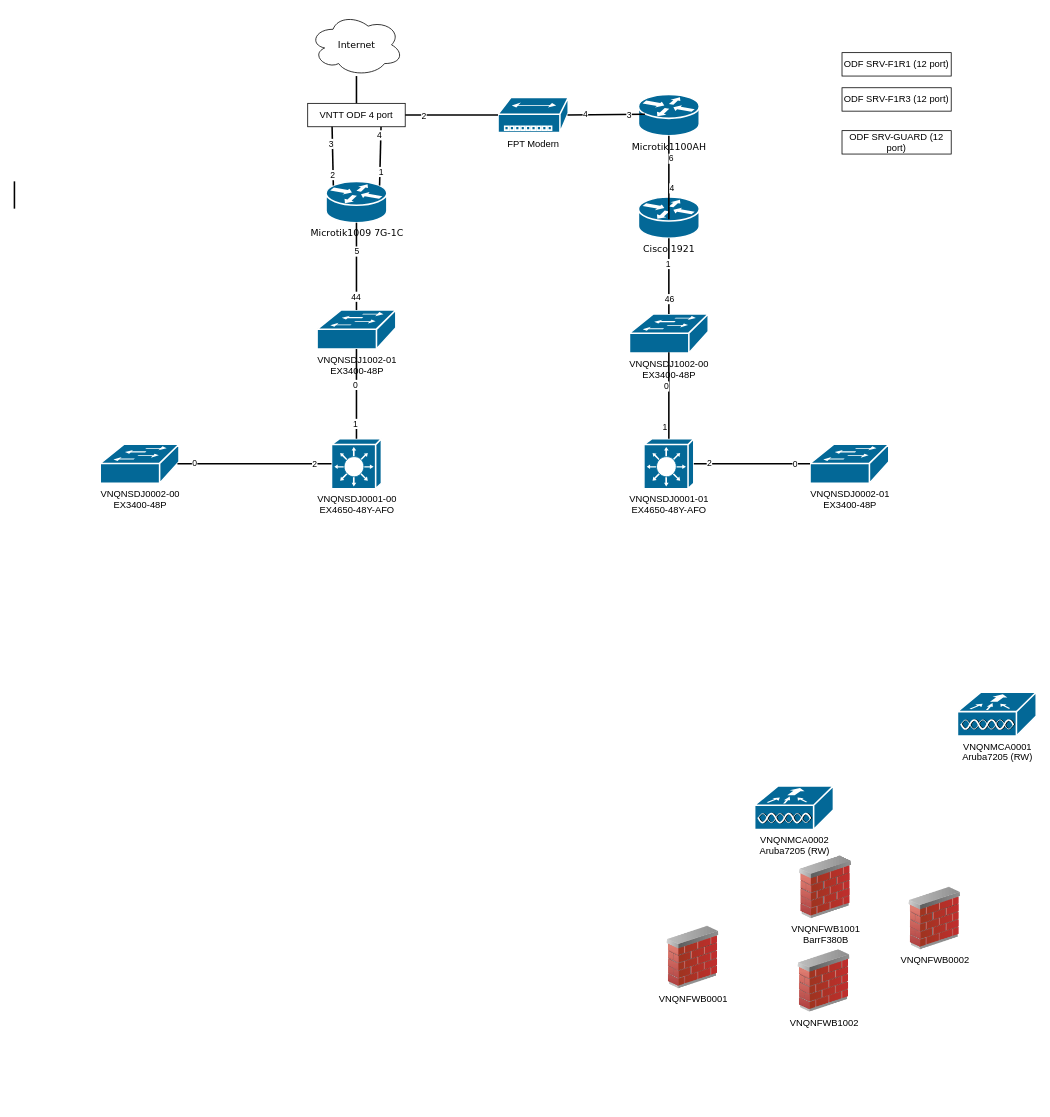
Above: page "Server room" (1 of 2) of Untitled Diagram.drawio in zalai/demo (draw.io), before the change. Source tidied: cells renumbered, new cells numbered last; positions are measured from the earlier drawing's top-left corner, leaving out a move shared by most shapes. Both pictures are drawn from the tidied source at 78%, with x=0, y=0 at pixel (14, 13).
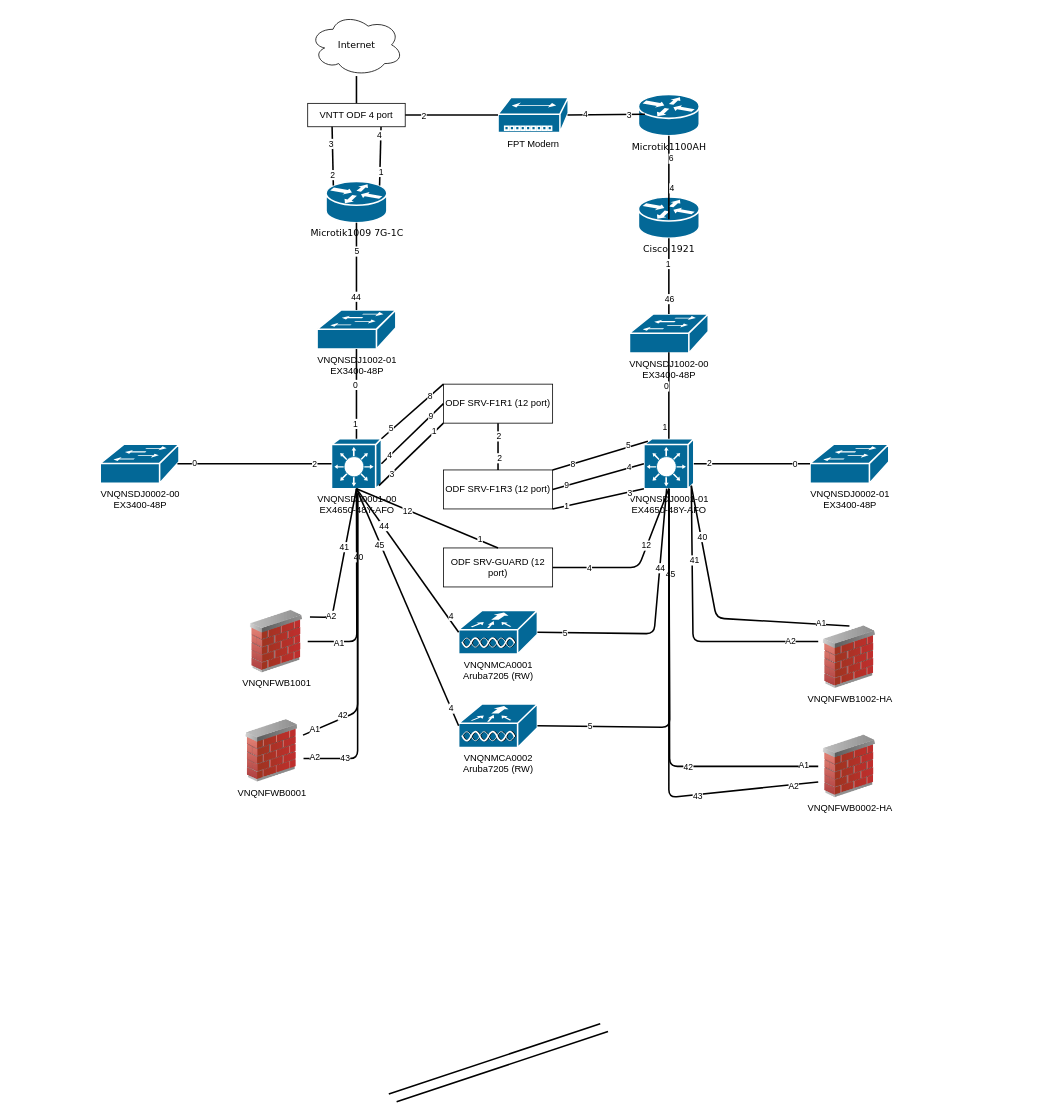
Above is the later version.

The change refers to these unchanged cells:
```xml
<mxCell id="9" value="VNQNSDJ0001-00&lt;br&gt;EX4650-48Y-AFO" style="shape=mxgraph.cisco.switches.layer_3_switch;sketch=0;html=1;dashed=0;fillColor=#036897;strokeColor=#ffffff;strokeWidth=2;verticalLabelPosition=bottom;verticalAlign=top;align=center;outlineConnect=0;" parent="1" vertex="1">
  <mxGeometry x="406.5" y="545" width="64" height="64" as="geometry" />
</mxCell>
<mxCell id="19" value="VNQNSDJ0001-01&lt;br&gt;EX4650-48Y-AFO" style="shape=mxgraph.cisco.switches.layer_3_switch;sketch=0;html=1;dashed=0;fillColor=#036897;strokeColor=#ffffff;strokeWidth=2;verticalLabelPosition=bottom;verticalAlign=top;align=center;outlineConnect=0;" parent="1" vertex="1">
  <mxGeometry x="807" y="545" width="64" height="64" as="geometry" />
</mxCell>
```

What changed in the source:
```diff
@@
-    <mxCell id="6" style="image;html=1;image=img/lib/clip_art/networking/Firewall_02_128x128.png;" parent="1" vertex="1">
-      <mxGeometry x="1000" y="1080" width="80" height="80" as="geometry" />
-    </mxCell>
-    <mxCell id="7" value="VNQNFWB1001&lt;br&gt;BarrF380B" style="image;html=1;image=img/lib/clip_art/networking/Firewall_02_128x128.png;" parent="1" vertex="1">
-      <mxGeometry x="1000" y="1080" width="80" height="80" as="geometry" />
+    <mxCell id="7" value="VNQNFWB1002-HA" style="image;html=1;image=img/lib/clip_art/networking/Firewall_02_128x128.png;" parent="1" vertex="1">
+      <mxGeometry x="1030.5" y="785" width="80" height="80" as="geometry" />
     </mxCell>
@@
     <mxCell id="11" value="VNQNMCA0001&lt;br&gt;Aruba7205 (RW)" style="shape=mxgraph.cisco.wireless.wlan_controller;sketch=0;html=1;dashed=0;fillColor=#036897;strokeColor=#ffffff;strokeWidth=2;verticalLabelPosition=bottom;verticalAlign=top;align=center;outlineConnect=0;" parent="1" vertex="1">
-      <mxGeometry x="1209" y="870" width="101" height="56" as="geometry" />
+      <mxGeometry x="569.5" y="765" width="101" height="56" as="geometry" />
     </mxCell>
@@
-    <mxCell id="16" value="VNQNFWB1002" style="image;html=1;image=img/lib/clip_art/networking/Firewall_02_128x128.png;" parent="1" vertex="1">
-      <mxGeometry x="998" y="1200" width="80" height="80" as="geometry" />
+    <mxCell id="16" value="VNQNFWB0001" style="image;html=1;image=img/lib/clip_art/networking/Firewall_02_128x128.png;" parent="1" vertex="1">
+      <mxGeometry x="290" y="905" width="80" height="80" as="geometry" />
     </mxCell>
-    <mxCell id="17" value="VNQNFWB0002" style="image;html=1;image=img/lib/clip_art/networking/Firewall_02_128x128.png;" parent="1" vertex="1">
-      <mxGeometry x="1140" y="1120" width="80" height="80" as="geometry" />
+    <mxCell id="17" value="VNQNFWB0002-HA" style="image;html=1;image=img/lib/clip_art/networking/Firewall_02_128x128.png;" parent="1" vertex="1">
+      <mxGeometry x="1030.5" y="925" width="80" height="80" as="geometry" />
     </mxCell>
-    <mxCell id="18" value="VNQNFWB0001" style="image;html=1;image=img/lib/clip_art/networking/Firewall_02_128x128.png;" parent="1" vertex="1">
-      <mxGeometry x="830" y="1170" width="80" height="80" as="geometry" />
+    <mxCell id="18" value="VNQNFWB1001" style="image;html=1;image=img/lib/clip_art/networking/Firewall_02_128x128.png;" parent="1" vertex="1">
+      <mxGeometry x="296" y="765" width="80" height="80" as="geometry" />
     </mxCell>
@@
     <mxCell id="23" value="VNQNMCA0002&lt;br&gt;Aruba7205 (RW)" style="shape=mxgraph.cisco.wireless.wlan_controller;sketch=0;html=1;dashed=0;fillColor=#036897;strokeColor=#ffffff;strokeWidth=2;verticalLabelPosition=bottom;verticalAlign=top;align=center;outlineConnect=0;" parent="1" vertex="1">
-      <mxGeometry x="949" y="990" width="101" height="56" as="geometry" />
+      <mxGeometry x="569.5" y="885" width="101" height="56" as="geometry" />
     </mxCell>
     <mxCell id="24" value="ODF SRV-F1R1 (12 port)" style="rounded=0;whiteSpace=wrap;html=1;" parent="1" vertex="1">
-      <mxGeometry x="1061" y="50" width="140" height="30" as="geometry" />
+      <mxGeometry x="550" y="475" width="140" height="50" as="geometry" />
     </mxCell>
     <mxCell id="25" value="ODF SRV-F1R3 (12 port)" style="rounded=0;whiteSpace=wrap;html=1;" parent="1" vertex="1">
-      <mxGeometry x="1061" y="95" width="140" height="30" as="geometry" />
+      <mxGeometry x="550" y="585" width="140" height="50" as="geometry" />
     </mxCell>
     <mxCell id="26" value="ODF SRV-GUARD (12 port)" style="rounded=0;whiteSpace=wrap;html=1;" parent="1" vertex="1">
-      <mxGeometry x="1061" y="150" width="140" height="30" as="geometry" />
+      <mxGeometry x="550" y="685" width="140" height="50" as="geometry" />
     </mxCell>
@@
-    <mxCell id="51" style="edgeStyle=none;html=1;labelBackgroundColor=none;startFill=0;endArrow=none;endFill=0;strokeWidth=2;fontFamily=Verdana;fontSize=12;exitX=0.5;exitY=0;exitDx=0;exitDy=0;" parent="1" edge="1">
+    <mxCell id="51" style="edgeStyle=none;html=1;labelBackgroundColor=none;startFill=0;endArrow=none;endFill=0;strokeWidth=2;fontFamily=Verdana;fontSize=12;exitX=0.5;exitY=1;exitDx=0;exitDy=0;entryX=1.036;entryY=0.108;entryDx=0;entryDy=0;exitPerimeter=0;entryPerimeter=0;" parent="1" edge="1" source="9" target="18">
       <mxGeometry relative="1" as="geometry">
-        <mxPoint y="250" as="sourcePoint" />
-        <mxPoint y="215" as="targetPoint" />
+        <Array as="points">
+          <mxPoint x="407" y="774" />
+        </Array>
       </mxGeometry>
     </mxCell>
+    <mxCell id="58" value="A2" style="edgeLabel;html=1;align=center;verticalAlign=middle;" parent="51" vertex="1">
+      <mxGeometry x="0.69" y="-1" relative="1" as="geometry">
+        <mxPoint x="-1" as="offset" />
+      </mxGeometry>
+    </mxCell>
+    <mxCell id="59" value="41" style="edgeLabel;html=1;align=center;verticalAlign=middle;" parent="51" vertex="1">
+      <mxGeometry x="-0.21" y="-2" relative="1" as="geometry">
+        <mxPoint y="-1" as="offset" />
+      </mxGeometry>
+    </mxCell>
@@
+    <mxCell id="60" style="edgeStyle=none;html=1;labelBackgroundColor=none;startFill=0;endArrow=none;endFill=0;strokeWidth=2;fontFamily=Verdana;fontSize=12;exitX=0.5;exitY=0;exitDx=0;exitDy=0;entryX=0.5;entryY=1;entryDx=0;entryDy=0;" parent="1" edge="1" source="25" target="24">
+      <mxGeometry relative="1" as="geometry" />
+    </mxCell>
+    <mxCell id="61" value="2" style="edgeLabel;html=1;align=center;verticalAlign=middle;" parent="60" vertex="1">
+      <mxGeometry x="0.48" relative="1" as="geometry" />
+    </mxCell>
+    <mxCell id="62" value="2" style="edgeLabel;html=1;align=center;verticalAlign=middle;" parent="60" vertex="1">
+      <mxGeometry x="-0.46" y="-1" relative="1" as="geometry" />
+    </mxCell>
+    <mxCell id="63" style="edgeStyle=none;html=1;labelBackgroundColor=none;startFill=0;endArrow=none;endFill=0;strokeWidth=2;fontFamily=Verdana;fontSize=12;exitX=0;exitY=1;exitDx=0;exitDy=0;entryX=0.95;entryY=0.94;entryDx=0;entryDy=0;entryPerimeter=0;" parent="1" edge="1" source="24" target="9">
+      <mxGeometry relative="1" as="geometry" />
+    </mxCell>
+    <mxCell id="64" value="3" style="edgeLabel;html=1;align=center;verticalAlign=middle;" parent="63" vertex="1">
+      <mxGeometry x="0.62" y="1" relative="1" as="geometry" />
+    </mxCell>
+    <mxCell id="65" value="1" style="edgeLabel;html=1;align=center;verticalAlign=middle;" parent="63" vertex="1">
+      <mxGeometry x="-0.72" y="-1" relative="1" as="geometry" />
+    </mxCell>
+    <mxCell id="66" style="edgeStyle=none;html=1;labelBackgroundColor=none;startFill=0;endArrow=none;endFill=0;strokeWidth=2;fontFamily=Verdana;fontSize=12;exitX=0;exitY=0;exitDx=0;exitDy=0;entryX=1;entryY=0;entryDx=0;entryDy=0;entryPerimeter=0;" parent="1" edge="1" source="24" target="9">
+      <mxGeometry relative="1" as="geometry" />
+    </mxCell>
+    <mxCell id="67" value="5" style="edgeLabel;html=1;align=center;verticalAlign=middle;" parent="66" vertex="1">
+      <mxGeometry x="0.65" y="-3" relative="1" as="geometry" />
+    </mxCell>
+    <mxCell id="68" value="8" style="edgeLabel;html=1;align=center;verticalAlign=middle;" parent="66" vertex="1">
+      <mxGeometry x="-0.57" y="-1" relative="1" as="geometry" />
+    </mxCell>
+    <mxCell id="69" style="edgeStyle=none;html=1;labelBackgroundColor=none;startFill=0;endArrow=none;endFill=0;strokeWidth=2;fontFamily=Verdana;fontSize=12;exitX=1;exitY=0.5;exitDx=0;exitDy=0;exitPerimeter=0;entryX=0;entryY=0.5;entryDx=0;entryDy=0;" parent="1" edge="1" source="9" target="24">
+      <mxGeometry relative="1" as="geometry" />
+    </mxCell>
+    <mxCell id="70" value="4" style="edgeLabel;html=1;align=center;verticalAlign=middle;" parent="69" vertex="1">
+      <mxGeometry x="-0.73" y="1" relative="1" as="geometry" />
+    </mxCell>
+    <mxCell id="71" value="9" style="edgeLabel;html=1;align=center;verticalAlign=middle;" parent="69" vertex="1">
+      <mxGeometry x="0.59" relative="1" as="geometry" />
+    </mxCell>
+    <mxCell id="72" style="edgeStyle=none;html=1;labelBackgroundColor=none;startFill=0;endArrow=none;endFill=0;strokeWidth=2;fontFamily=Verdana;fontSize=12;exitX=1;exitY=1;exitDx=0;exitDy=0;entryX=0;entryY=1;entryDx=0;entryDy=0;entryPerimeter=0;" parent="1" edge="1" source="25" target="19">
+      <mxGeometry relative="1" as="geometry" />
+    </mxCell>
+    <mxCell id="73" value="3" style="edgeLabel;html=1;align=center;verticalAlign=middle;" parent="72" vertex="1">
+      <mxGeometry x="0.69" y="-1" relative="1" as="geometry" />
+    </mxCell>
+    <mxCell id="74" value="1" style="edgeLabel;html=1;align=center;verticalAlign=middle;" parent="72" vertex="1">
+      <mxGeometry x="-0.7" relative="1" as="geometry">
+        <mxPoint y="-1" as="offset" />
+      </mxGeometry>
+    </mxCell>
+    <mxCell id="75" style="edgeStyle=none;html=1;labelBackgroundColor=none;startFill=0;endArrow=none;endFill=0;strokeWidth=2;fontFamily=Verdana;fontSize=12;exitX=1;exitY=0.5;exitDx=0;exitDy=0;entryX=0;entryY=0.5;entryDx=0;entryDy=0;entryPerimeter=0;" parent="1" edge="1" source="25" target="19">
+      <mxGeometry relative="1" as="geometry" />
+    </mxCell>
+    <mxCell id="76" value="4" style="edgeLabel;html=1;align=center;verticalAlign=middle;" parent="75" vertex="1">
+      <mxGeometry x="0.67" y="2" relative="1" as="geometry" />
+    </mxCell>
+    <mxCell id="77" value="9" style="edgeLabel;html=1;align=center;verticalAlign=middle;" parent="75" vertex="1">
+      <mxGeometry x="-0.71" y="1" relative="1" as="geometry" />
+    </mxCell>
+    <mxCell id="78" style="edgeStyle=none;html=1;labelBackgroundColor=none;startFill=0;endArrow=none;endFill=0;strokeWidth=2;fontFamily=Verdana;fontSize=12;exitX=1;exitY=0;exitDx=0;exitDy=0;entryX=0.08;entryY=0.05;entryDx=0;entryDy=0;entryPerimeter=0;" parent="1" edge="1" source="25" target="19">
+      <mxGeometry relative="1" as="geometry" />
+    </mxCell>
+    <mxCell id="79" value="5" style="edgeLabel;html=1;align=center;verticalAlign=middle;" parent="78" vertex="1">
+      <mxGeometry x="0.59" y="2" relative="1" as="geometry" />
+    </mxCell>
+    <mxCell id="80" value="8" style="edgeLabel;html=1;align=center;verticalAlign=middle;" parent="78" vertex="1">
+      <mxGeometry x="-0.59" relative="1" as="geometry">
+        <mxPoint x="1" as="offset" />
+      </mxGeometry>
+    </mxCell>
+    <mxCell id="81" style="edgeStyle=none;html=1;labelBackgroundColor=none;startFill=0;endArrow=none;endFill=0;strokeWidth=2;fontFamily=Verdana;fontSize=12;exitX=1;exitY=0.5;exitDx=0;exitDy=0;exitPerimeter=0;" parent="1" edge="1" source="11" target="19">
+      <mxGeometry relative="1" as="geometry">
+        <Array as="points">
+          <mxPoint x="820" y="795" />
+        </Array>
+      </mxGeometry>
+    </mxCell>
+    <mxCell id="82" value="44" style="edgeLabel;html=1;align=center;verticalAlign=middle;" parent="81" vertex="1">
+      <mxGeometry x="0.39" relative="1" as="geometry" />
+    </mxCell>
+    <mxCell id="83" value="5" style="edgeLabel;html=1;align=center;verticalAlign=middle;" parent="81" vertex="1">
+      <mxGeometry x="-0.79" relative="1" as="geometry" />
+    </mxCell>
+    <mxCell id="84" style="edgeStyle=none;html=1;labelBackgroundColor=none;startFill=0;endArrow=none;endFill=0;strokeWidth=2;fontFamily=Verdana;fontSize=12;exitX=0;exitY=0.5;exitDx=0;exitDy=0;exitPerimeter=0;entryX=0.5;entryY=1;entryDx=0;entryDy=0;entryPerimeter=0;" parent="1" edge="1" source="11" target="9">
+      <mxGeometry relative="1" as="geometry" />
+    </mxCell>
+    <mxCell id="85" value="44" style="edgeLabel;html=1;align=center;verticalAlign=middle;" parent="84" vertex="1">
+      <mxGeometry x="0.48" y="-1" relative="1" as="geometry" />
+    </mxCell>
+    <mxCell id="86" value="4" style="edgeLabel;html=1;align=center;verticalAlign=middle;" parent="84" vertex="1">
+      <mxGeometry x="-0.8" y="-4" relative="1" as="geometry" />
+    </mxCell>
+    <mxCell id="87" style="edgeStyle=none;html=1;labelBackgroundColor=none;startFill=0;endArrow=none;endFill=0;strokeWidth=2;fontFamily=Verdana;fontSize=12;exitX=1;exitY=0.5;exitDx=0;exitDy=0;entryX=0.5;entryY=1;entryDx=0;entryDy=0;entryPerimeter=0;" parent="1" edge="1" source="26" target="19">
+      <mxGeometry relative="1" as="geometry">
+        <Array as="points">
+          <mxPoint x="800" y="710" />
+        </Array>
+      </mxGeometry>
+    </mxCell>
+    <mxCell id="88" value="12" style="edgeLabel;html=1;align=center;verticalAlign=middle;" parent="87" vertex="1">
+      <mxGeometry x="0.28" y="1" relative="1" as="geometry" />
+    </mxCell>
+    <mxCell id="89" value="4" style="edgeLabel;html=1;align=center;verticalAlign=middle;" parent="87" vertex="1">
+      <mxGeometry x="-0.58" relative="1" as="geometry" />
+    </mxCell>
+    <mxCell id="90" style="edgeStyle=none;html=1;labelBackgroundColor=none;startFill=0;endArrow=none;endFill=0;strokeWidth=2;fontFamily=Verdana;fontSize=12;exitX=0.5;exitY=0;exitDx=0;exitDy=0;entryX=0.5;entryY=1;entryDx=0;entryDy=0;entryPerimeter=0;" parent="1" edge="1" source="26" target="9">
+      <mxGeometry relative="1" as="geometry" />
+    </mxCell>
+    <mxCell id="91" value="12" style="edgeLabel;html=1;align=center;verticalAlign=middle;" parent="90" vertex="1">
+      <mxGeometry x="0.28" y="1" relative="1" as="geometry" />
+    </mxCell>
+    <mxCell id="92" value="1" style="edgeLabel;html=1;align=center;verticalAlign=middle;" parent="90" vertex="1">
+      <mxGeometry x="-0.74" y="-2" relative="1" as="geometry" />
+    </mxCell>
+    <mxCell id="93" style="edgeStyle=none;html=1;labelBackgroundColor=none;startFill=0;endArrow=none;endFill=0;strokeWidth=2;fontFamily=Verdana;fontSize=12;exitX=0.5;exitY=0;exitDx=0;exitDy=0;entryX=0.95;entryY=0.94;entryDx=0;entryDy=0;entryPerimeter=0;" parent="1" edge="1" source="7" target="19">
+      <mxGeometry relative="1" as="geometry">
+        <Array as="points">
+          <mxPoint x="900" y="775" />
+        </Array>
+      </mxGeometry>
+    </mxCell>
+    <mxCell id="94" value="40" style="edgeLabel;html=1;align=center;verticalAlign=middle;" parent="93" vertex="1">
+      <mxGeometry x="0.61" y="-1" relative="1" as="geometry" />
+    </mxCell>
+    <mxCell id="95" value="A1" style="edgeLabel;html=1;align=center;verticalAlign=middle;" parent="93" vertex="1">
+      <mxGeometry x="-0.78" y="-2" relative="1" as="geometry">
+        <mxPoint x="1" as="offset" />
+      </mxGeometry>
+    </mxCell>
+    <mxCell id="96" style="edgeStyle=none;html=1;labelBackgroundColor=none;startFill=0;endArrow=none;endFill=0;strokeWidth=2;fontFamily=Verdana;fontSize=12;exitX=1;exitY=0.5;exitDx=0;exitDy=0;entryX=0.5;entryY=1;entryDx=0;entryDy=0;entryPerimeter=0;exitPerimeter=0;" parent="1" edge="1" source="23" target="19">
+      <mxGeometry relative="1" as="geometry">
+        <Array as="points">
+          <mxPoint x="840" y="915" />
+        </Array>
+      </mxGeometry>
+    </mxCell>
+    <mxCell id="97" value="45" style="edgeLabel;html=1;align=center;verticalAlign=middle;" parent="96" vertex="1">
+      <mxGeometry x="0.54" y="-1" relative="1" as="geometry" />
+    </mxCell>
+    <mxCell id="98" value="5" style="edgeLabel;html=1;align=center;verticalAlign=middle;" parent="96" vertex="1">
+      <mxGeometry x="-0.72" relative="1" as="geometry" />
+    </mxCell>
+    <mxCell id="99" style="edgeStyle=none;html=1;labelBackgroundColor=none;startFill=0;endArrow=none;endFill=0;strokeWidth=2;fontFamily=Verdana;fontSize=12;entryX=0.5;entryY=1;entryDx=0;entryDy=0;entryPerimeter=0;exitX=0;exitY=0.5;exitDx=0;exitDy=0;exitPerimeter=0;" parent="1" edge="1" source="23" target="9">
+      <mxGeometry relative="1" as="geometry" />
+    </mxCell>
+    <mxCell id="100" value="45" style="edgeLabel;html=1;align=center;verticalAlign=middle;" parent="99" vertex="1">
+      <mxGeometry x="0.52" y="1" relative="1" as="geometry">
+        <mxPoint x="-1" as="offset" />
+      </mxGeometry>
+    </mxCell>
+    <mxCell id="101" value="4" style="edgeLabel;html=1;align=center;verticalAlign=middle;" parent="99" vertex="1">
+      <mxGeometry x="-0.85" relative="1" as="geometry" />
+    </mxCell>
+    <mxCell id="102" style="edgeStyle=none;html=1;labelBackgroundColor=none;startFill=0;endArrow=none;endFill=0;strokeWidth=2;fontFamily=Verdana;fontSize=12;entryX=0.5;entryY=1;entryDx=0;entryDy=0;entryPerimeter=0;" parent="1" edge="1" source="18" target="9">
+      <mxGeometry relative="1" as="geometry">
+        <Array as="points">
+          <mxPoint x="439" y="805" />
+        </Array>
+      </mxGeometry>
+    </mxCell>
+    <mxCell id="103" value="A1" style="edgeLabel;html=1;align=center;verticalAlign=middle;" parent="102" vertex="1">
+      <mxGeometry x="-0.7" y="-1" relative="1" as="geometry" />
+    </mxCell>
+    <mxCell id="104" value="40" style="edgeLabel;html=1;align=center;verticalAlign=middle;" parent="102" vertex="1">
+      <mxGeometry x="0.32" y="-2" relative="1" as="geometry" />
+    </mxCell>
+    <mxCell id="105" style="edgeStyle=none;html=1;labelBackgroundColor=none;startFill=0;endArrow=none;endFill=0;strokeWidth=2;fontFamily=Verdana;fontSize=12;exitX=0;exitY=0.25;exitDx=0;exitDy=0;entryX=0.95;entryY=0.94;entryDx=0;entryDy=0;entryPerimeter=0;" parent="1" edge="1" source="7" target="19">
+      <mxGeometry relative="1" as="geometry">
+        <Array as="points">
+          <mxPoint x="870" y="805" />
+        </Array>
+      </mxGeometry>
+    </mxCell>
+    <mxCell id="106" value="41" style="edgeLabel;html=1;align=center;verticalAlign=middle;" parent="105" vertex="1">
+      <mxGeometry x="0.47" y="-2" relative="1" as="geometry">
+        <mxPoint x="1" as="offset" />
+      </mxGeometry>
+    </mxCell>
+    <mxCell id="107" value="A2" style="edgeLabel;html=1;align=center;verticalAlign=middle;" parent="105" vertex="1">
+      <mxGeometry x="-0.8" y="-1" relative="1" as="geometry" />
+    </mxCell>
+    <mxCell id="108" style="edgeStyle=none;html=1;labelBackgroundColor=none;startFill=0;endArrow=none;endFill=0;strokeWidth=2;fontFamily=Verdana;fontSize=12;exitX=1;exitY=0.25;exitDx=0;exitDy=0;" parent="1" edge="1" source="16">
+      <mxGeometry relative="1" as="geometry">
+        <mxPoint x="440" y="615" as="targetPoint" />
+        <Array as="points">
+          <mxPoint x="440" y="895" />
+        </Array>
+      </mxGeometry>
+    </mxCell>
+    <mxCell id="109" value="42" style="edgeLabel;html=1;align=center;verticalAlign=middle;" parent="108" vertex="1">
+      <mxGeometry x="-0.68" y="3" relative="1" as="geometry">
+        <mxPoint x="-1" as="offset" />
+      </mxGeometry>
+    </mxCell>
+    <mxCell id="110" value="A1" style="edgeLabel;html=1;align=center;verticalAlign=middle;" parent="108" vertex="1">
+      <mxGeometry x="-0.9" y="2" relative="1" as="geometry">
+        <mxPoint x="-1" as="offset" />
+      </mxGeometry>
+    </mxCell>
+    <mxCell id="111" style="edgeStyle=none;html=1;labelBackgroundColor=none;startFill=0;endArrow=none;endFill=0;strokeWidth=2;fontFamily=Verdana;fontSize=12;exitX=0;exitY=0.5;exitDx=0;exitDy=0;entryX=0.5;entryY=1;entryDx=0;entryDy=0;entryPerimeter=0;" parent="1" edge="1" source="17" target="19">
+      <mxGeometry relative="1" as="geometry">
+        <Array as="points">
+          <mxPoint x="840" y="965" />
+        </Array>
+      </mxGeometry>
+    </mxCell>
+    <mxCell id="112" value="42" style="edgeLabel;html=1;align=center;verticalAlign=middle;" parent="111" vertex="1">
+      <mxGeometry x="-0.39" relative="1" as="geometry" />
+    </mxCell>
+    <mxCell id="113" value="A1" style="edgeLabel;html=1;align=center;verticalAlign=middle;" parent="111" vertex="1">
+      <mxGeometry x="-0.93" y="-2" relative="1" as="geometry" />
+    </mxCell>
+    <mxCell id="114" style="edgeStyle=none;html=1;labelBackgroundColor=none;startFill=0;endArrow=none;endFill=0;strokeWidth=2;fontFamily=Verdana;fontSize=12;exitX=0;exitY=0.75;exitDx=0;exitDy=0;entryX=0.5;entryY=1;entryDx=0;entryDy=0;entryPerimeter=0;" parent="1" edge="1" source="17" target="19">
+      <mxGeometry relative="1" as="geometry">
+        <Array as="points">
+          <mxPoint x="839" y="1005" />
+        </Array>
+      </mxGeometry>
+    </mxCell>
+    <mxCell id="115" value="43" style="edgeLabel;html=1;align=center;verticalAlign=middle;" parent="114" vertex="1">
+      <mxGeometry x="-0.47" y="1" relative="1" as="geometry" />
+    </mxCell>
+    <mxCell id="116" value="A2" style="edgeLabel;html=1;align=center;verticalAlign=middle;" parent="114" vertex="1">
+      <mxGeometry x="-0.89" y="1" relative="1" as="geometry" />
+    </mxCell>
+    <mxCell id="117" style="edgeStyle=none;html=1;labelBackgroundColor=none;startFill=0;endArrow=none;endFill=0;strokeWidth=2;fontFamily=Verdana;fontSize=12;exitX=0.5;exitY=0;exitDx=0;exitDy=0;" parent="1" edge="1">
+      <mxGeometry relative="1" as="geometry">
+        <mxPoint x="480" y="1385" as="sourcePoint" />
+        <mxPoint x="751" y="1295" as="targetPoint" />
+      </mxGeometry>
+    </mxCell>
+    <mxCell id="118" style="edgeStyle=none;html=1;labelBackgroundColor=none;startFill=0;endArrow=none;endFill=0;strokeWidth=2;fontFamily=Verdana;fontSize=12;exitX=0.5;exitY=0;exitDx=0;exitDy=0;" parent="1" edge="1">
+      <mxGeometry relative="1" as="geometry">
+        <mxPoint x="490" y="1395" as="sourcePoint" />
+        <mxPoint x="761" y="1305" as="targetPoint" />
+      </mxGeometry>
+    </mxCell>
+    <mxCell id="119" style="edgeStyle=none;html=1;labelBackgroundColor=none;startFill=0;endArrow=none;endFill=0;strokeWidth=2;fontFamily=Verdana;fontSize=12;exitX=1.008;exitY=0.623;exitDx=0;exitDy=0;exitPerimeter=0;" parent="1" edge="1" source="16">
+      <mxGeometry relative="1" as="geometry">
+        <mxPoint x="440" y="615" as="targetPoint" />
+        <Array as="points">
+          <mxPoint x="440" y="955" />
+        </Array>
+      </mxGeometry>
+    </mxCell>
+    <mxCell id="120" value="43" style="edgeLabel;html=1;align=center;verticalAlign=middle;" parent="119" vertex="1">
+      <mxGeometry x="-0.74" relative="1" as="geometry" />
+    </mxCell>
+    <mxCell id="121" value="A2" style="edgeLabel;html=1;align=center;verticalAlign=middle;" parent="119" vertex="1">
+      <mxGeometry x="-0.93" y="1" relative="1" as="geometry" />
+    </mxCell>
```
